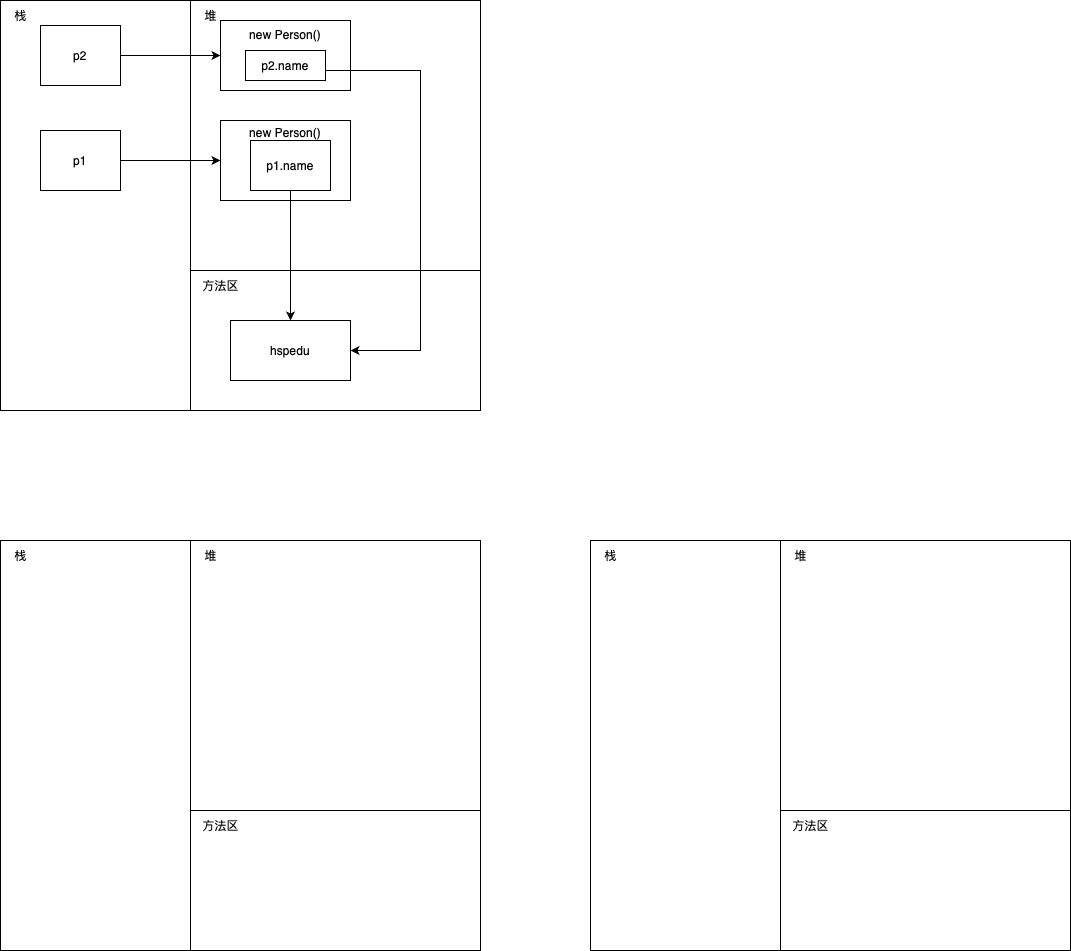
This is drawio/White.png from Stolorzs/Picgo, a draw.io export, as it was before one commit. Source tidied: cells renumbered, new cells last; positions are measured from the earlier drawing's top-left corner, leaving out a move shared by most shapes.
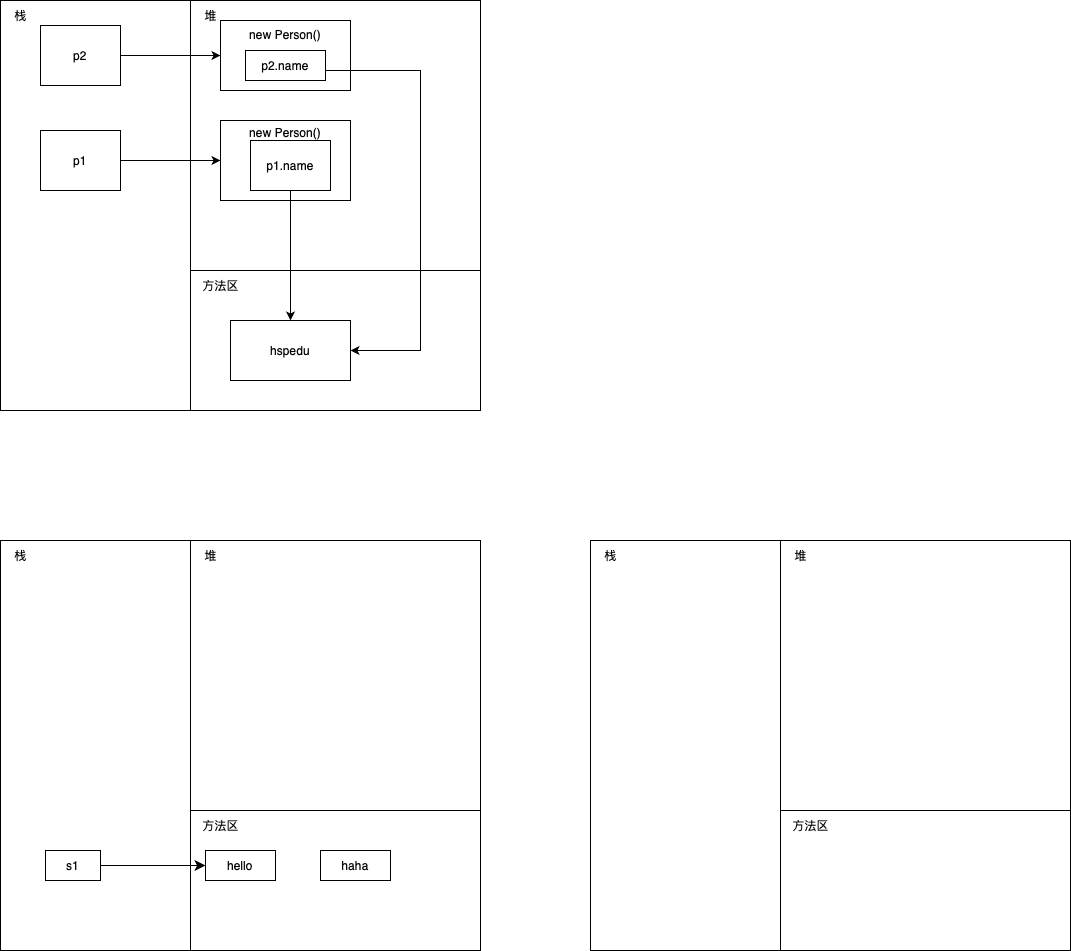
After the commit.

Diff of the diagram source:
```diff
@@ -94,5 +94,17 @@
     <mxCell id="30" value="方法区" style="text;html=1;align=center;verticalAlign=middle;strokeColor=none;fillColor=none;" parent="1" vertex="1">
       <mxGeometry x="780" y="810" width="60" height="30" as="geometry" />
     </mxCell>
+    <mxCell id="31" value="hello" style="rounded=0;whiteSpace=wrap;html=1;" parent="1" vertex="1">
+      <mxGeometry x="205" y="850" width="70" height="30" as="geometry" />
+    </mxCell>
+    <mxCell id="32" style="edgeStyle=none;curved=1;rounded=0;jettySize=auto;html=1;fontSize=12;startSize=8;endSize=8;" parent="1" edge="1" source="33" target="31">
+      <mxGeometry relative="1" as="geometry" />
+    </mxCell>
+    <mxCell id="33" value="s1" style="rounded=0;whiteSpace=wrap;html=1;" parent="1" vertex="1">
+      <mxGeometry x="45" y="850" width="55" height="30" as="geometry" />
+    </mxCell>
+    <mxCell id="34" value="haha" style="rounded=0;whiteSpace=wrap;html=1;" parent="1" vertex="1">
+      <mxGeometry x="320" y="850" width="70" height="30" as="geometry" />
+    </mxCell>
   </root>
 </mxGraphModel>
```
